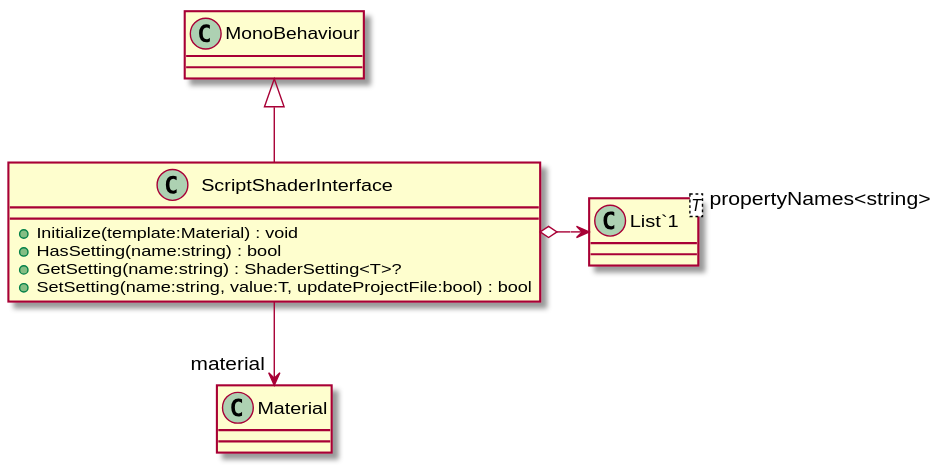
streepje8/ToolDev2023 keeps this PlantUML diagram as UML/Util/ScriptShaderInterface.svg. Above is the earlier version.
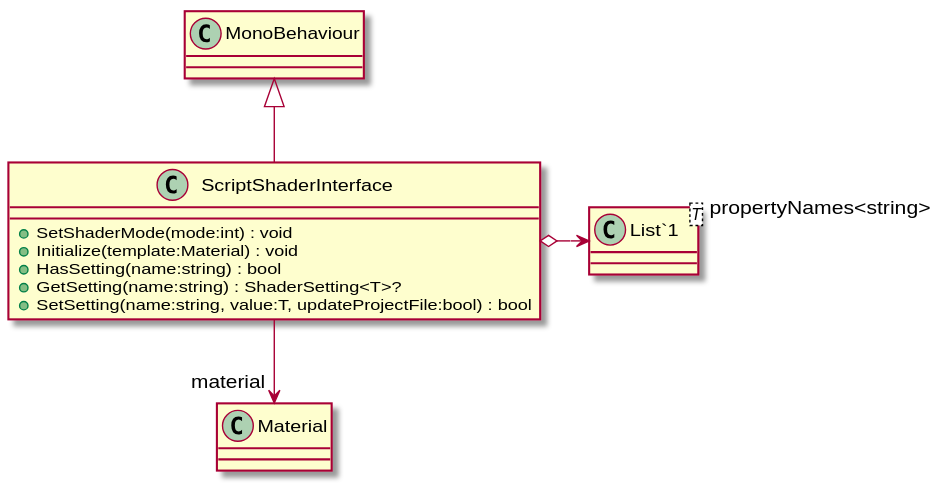
Later version of the same file.

Diff of the diagram source:
```diff
@@ -1,5 +1,6 @@
 @startuml
 class ScriptShaderInterface {
+    + SetShaderMode(mode:int) : void
     + Initialize(template:Material) : void
     + HasSetting(name:string) : bool
     + GetSetting(name:string) : ShaderSetting<T>?
```
